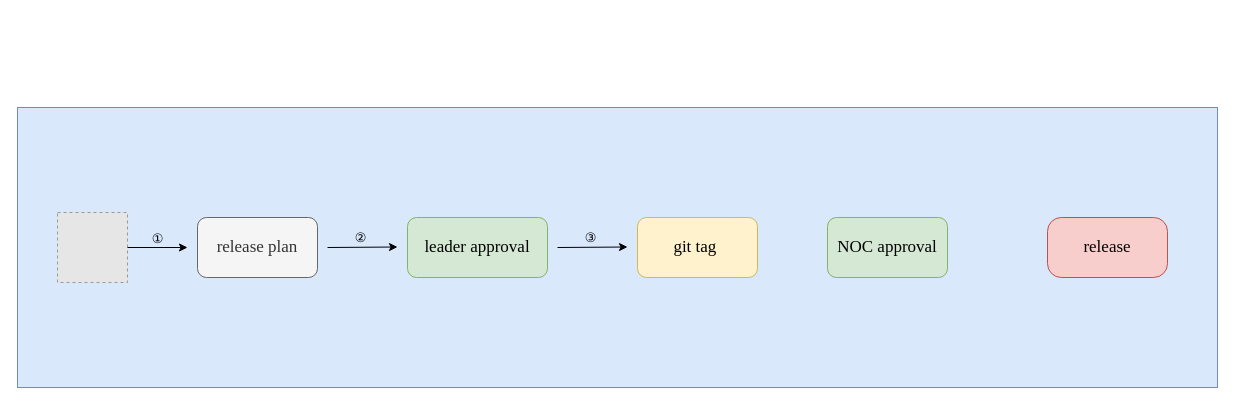
YanshanSong/draw.io keeps this draw.io diagram as configs-infra-cd.drawio. Above is the earlier version. Source tidied: cells renumbered, new cells numbered last; positions are measured from the earlier drawing's top-left corner, leaving out a move shared by most shapes. Both pictures are drawn from the tidied source at 100%, with x=0, y=0 at pixel (17, 107). Pictures stored in the file or linked from it are replaced by grey dashed boxes.
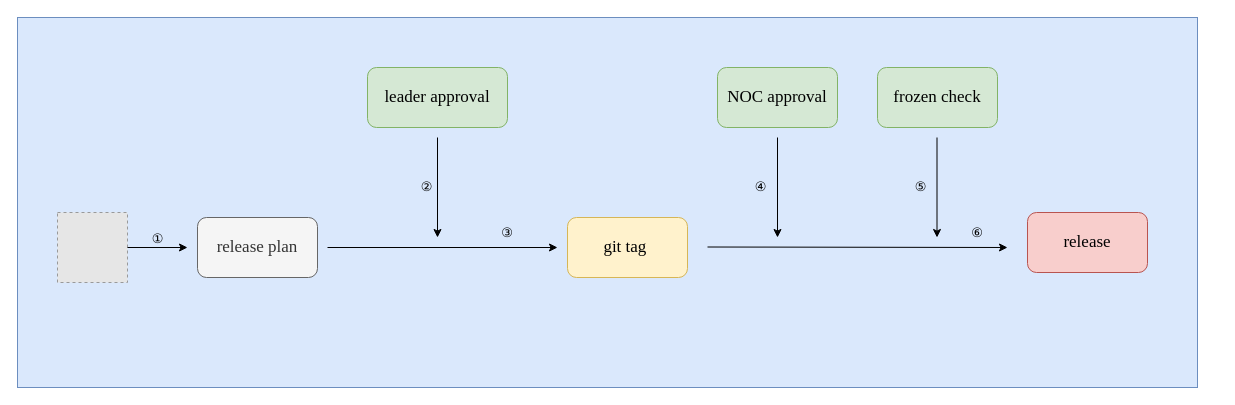
After the change.

Diff of the diagram source:
```diff
@@
     <mxCell id="2" style="rounded=0;whiteSpace=wrap;html=1;fillColor=#dae8fc;strokeColor=#6c8ebf;fontFamily=Times New Roman;" parent="1" vertex="1">
-      <mxGeometry width="1200" height="280" as="geometry" />
+      <mxGeometry y="-90" width="1180" height="370" as="geometry" />
     </mxCell>
@@
     <mxCell id="7" value="leader approval" style="rounded=1;whiteSpace=wrap;html=1;fillColor=#d5e8d4;strokeColor=#82b366;fontFamily=Times New Roman;fontSize=17;" parent="1" vertex="1">
-      <mxGeometry x="390" y="110" width="140" height="60" as="geometry" />
+      <mxGeometry x="350" y="-40" width="140" height="60" as="geometry" />
     </mxCell>
     <mxCell id="8" value="git tag&amp;nbsp;" style="rounded=1;whiteSpace=wrap;html=1;fillColor=#fff2cc;strokeColor=#d6b656;fontFamily=Times New Roman;fontSize=17;" parent="1" vertex="1">
-      <mxGeometry x="620" y="110" width="120" height="60" as="geometry" />
+      <mxGeometry x="550" y="110" width="120" height="60" as="geometry" />
     </mxCell>
     <mxCell id="9" value="NOC approval" style="rounded=1;whiteSpace=wrap;html=1;fillColor=#d5e8d4;strokeColor=#82b366;fontFamily=Times New Roman;fontSize=17;" parent="1" vertex="1">
-      <mxGeometry x="810" y="110" width="120" height="60" as="geometry" />
+      <mxGeometry x="700" y="-40" width="120" height="60" as="geometry" />
     </mxCell>
+    <mxCell id="11" style="endArrow=classic;html=1;rounded=0;fontFamily=Times New Roman;" parent="1" edge="1">
+      <mxGeometry relative="1" as="geometry">
+        <mxPoint x="310" y="140" as="sourcePoint" />
+        <mxPoint x="540" y="140" as="targetPoint" />
+      </mxGeometry>
+    </mxCell>
+    <mxCell id="15" value="frozen check" style="rounded=1;whiteSpace=wrap;html=1;fillColor=#d5e8d4;strokeColor=#82b366;fontFamily=Times New Roman;fontSize=17;" parent="1" vertex="1">
+      <mxGeometry x="860" y="-40" width="120" height="60" as="geometry" />
+    </mxCell>
+    <mxCell id="16" style="endArrow=classic;html=1;rounded=0;" parent="1" edge="1">
+      <mxGeometry relative="1" as="geometry">
+        <mxPoint x="420" y="30" as="sourcePoint" />
+        <mxPoint x="420" y="130" as="targetPoint" />
+      </mxGeometry>
+    </mxCell>
+    <mxCell id="17" style="endArrow=classic;html=1;rounded=0;fontFamily=Times New Roman;" parent="1" edge="1">
+      <mxGeometry relative="1" as="geometry">
+        <mxPoint x="690" y="139.5" as="sourcePoint" />
+        <mxPoint x="990" y="140" as="targetPoint" />
+      </mxGeometry>
+    </mxCell>
-    <mxCell id="10" value="release" style="rounded=1;whiteSpace=wrap;html=1;fillColor=#f8cecc;strokeColor=#b85450;fontFamily=Times New Roman;fontSize=17;arcSize=23;" parent="1" vertex="1">
-      <mxGeometry x="1030" y="110" width="120" height="60" as="geometry" />
+    <mxCell id="10" value="release" style="rounded=1;whiteSpace=wrap;html=1;fillColor=#f8cecc;strokeColor=#b85450;fontFamily=Times New Roman;fontSize=17;" parent="1" vertex="1">
+      <mxGeometry x="1010" y="105" width="120" height="60" as="geometry" />
     </mxCell>
-    <mxCell id="11" style="endArrow=classic;html=1;rounded=0;fontFamily=Times New Roman;" parent="1" edge="1">
-      <mxGeometry relative="1" as="geometry">
-        <mxPoint x="310" y="140" as="sourcePoint" />
-        <mxPoint x="380" y="139.5" as="targetPoint" />
-      </mxGeometry>
-    </mxCell>
+    <mxCell id="18" style="endArrow=classic;html=1;rounded=0;" parent="1" edge="1">
+      <mxGeometry relative="1" as="geometry">
+        <mxPoint x="760" y="30" as="sourcePoint" />
+        <mxPoint x="760" y="130" as="targetPoint" />
+      </mxGeometry>
+    </mxCell>
+    <mxCell id="19" style="endArrow=classic;html=1;rounded=0;" parent="1" edge="1">
+      <mxGeometry relative="1" as="geometry">
+        <mxPoint x="919.5" y="30" as="sourcePoint" />
+        <mxPoint x="919.5" y="130" as="targetPoint" />
+      </mxGeometry>
+    </mxCell>
-    <mxCell id="12" value="②" style="edgeLabel;html=1;align=center;verticalAlign=middle;labelBackgroundColor=none;fontFamily=Times New Roman;fontSize=13;" parent="11" vertex="1">
-      <mxGeometry x="-0.3" y="4" relative="1" as="geometry">
-        <mxPoint x="8" y="-6" as="offset" />
+    <mxCell id="12" value="②" style="edgeLabel;html=1;align=center;verticalAlign=middle;labelBackgroundColor=none;fontFamily=Times New Roman;fontSize=13;" parent="1" vertex="1">
+      <mxGeometry x="146" y="140" as="geometry">
+        <mxPoint x="262" y="-62" as="offset" />
       </mxGeometry>
     </mxCell>
-    <mxCell id="13" style="endArrow=classic;html=1;rounded=0;fontFamily=Times New Roman;" parent="1" edge="1">
-      <mxGeometry relative="1" as="geometry">
-        <mxPoint x="540" y="140" as="sourcePoint" />
-        <mxPoint x="610" y="139.5" as="targetPoint" />
-      </mxGeometry>
-    </mxCell>
-    <mxCell id="14" value="③" style="edgeLabel;html=1;align=center;verticalAlign=middle;labelBackgroundColor=none;fontFamily=Times New Roman;fontSize=13;" parent="13" vertex="1">
-      <mxGeometry x="-0.3" y="4" relative="1" as="geometry">
-        <mxPoint x="8" y="-6" as="offset" />
-      </mxGeometry>
+    <mxCell id="14" value="③" style="text;html=1;strokeColor=none;fillColor=none;align=center;verticalAlign=middle;whiteSpace=wrap;rounded=0;fontSize=13;" parent="1" vertex="1">
+      <mxGeometry x="460" y="110" width="60" height="30" as="geometry" />
     </mxCell>
+    <mxCell id="20" value="④" style="edgeLabel;html=1;align=center;verticalAlign=middle;labelBackgroundColor=none;fontFamily=Times New Roman;fontSize=13;" parent="1" vertex="1">
+      <mxGeometry x="480" y="140" as="geometry">
+        <mxPoint x="262" y="-62" as="offset" />
+      </mxGeometry>
+    </mxCell>
+    <mxCell id="21" value="⑤" style="edgeLabel;html=1;align=center;verticalAlign=middle;labelBackgroundColor=none;fontFamily=Times New Roman;fontSize=13;" parent="1" vertex="1">
+      <mxGeometry x="640" y="140" as="geometry">
+        <mxPoint x="262" y="-62" as="offset" />
+      </mxGeometry>
+    </mxCell>
+    <mxCell id="22" value="⑥" style="text;html=1;strokeColor=none;fillColor=none;align=center;verticalAlign=middle;whiteSpace=wrap;rounded=0;fontSize=13;" parent="1" vertex="1">
+      <mxGeometry x="930" y="110" width="60" height="30" as="geometry" />
+    </mxCell>
```
